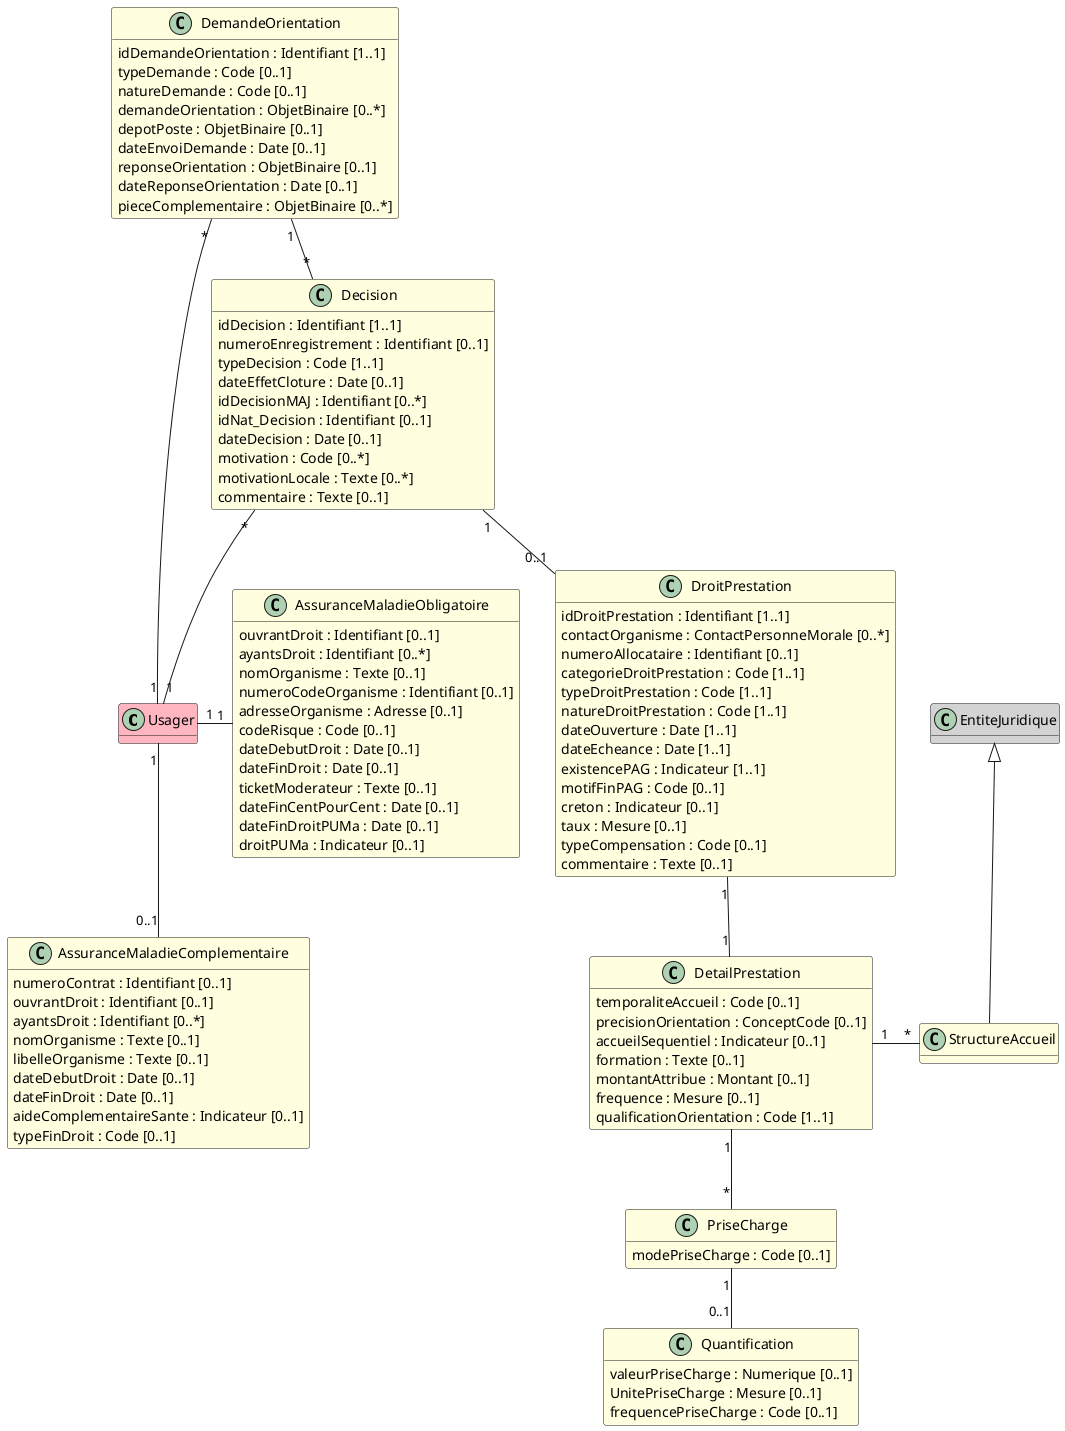
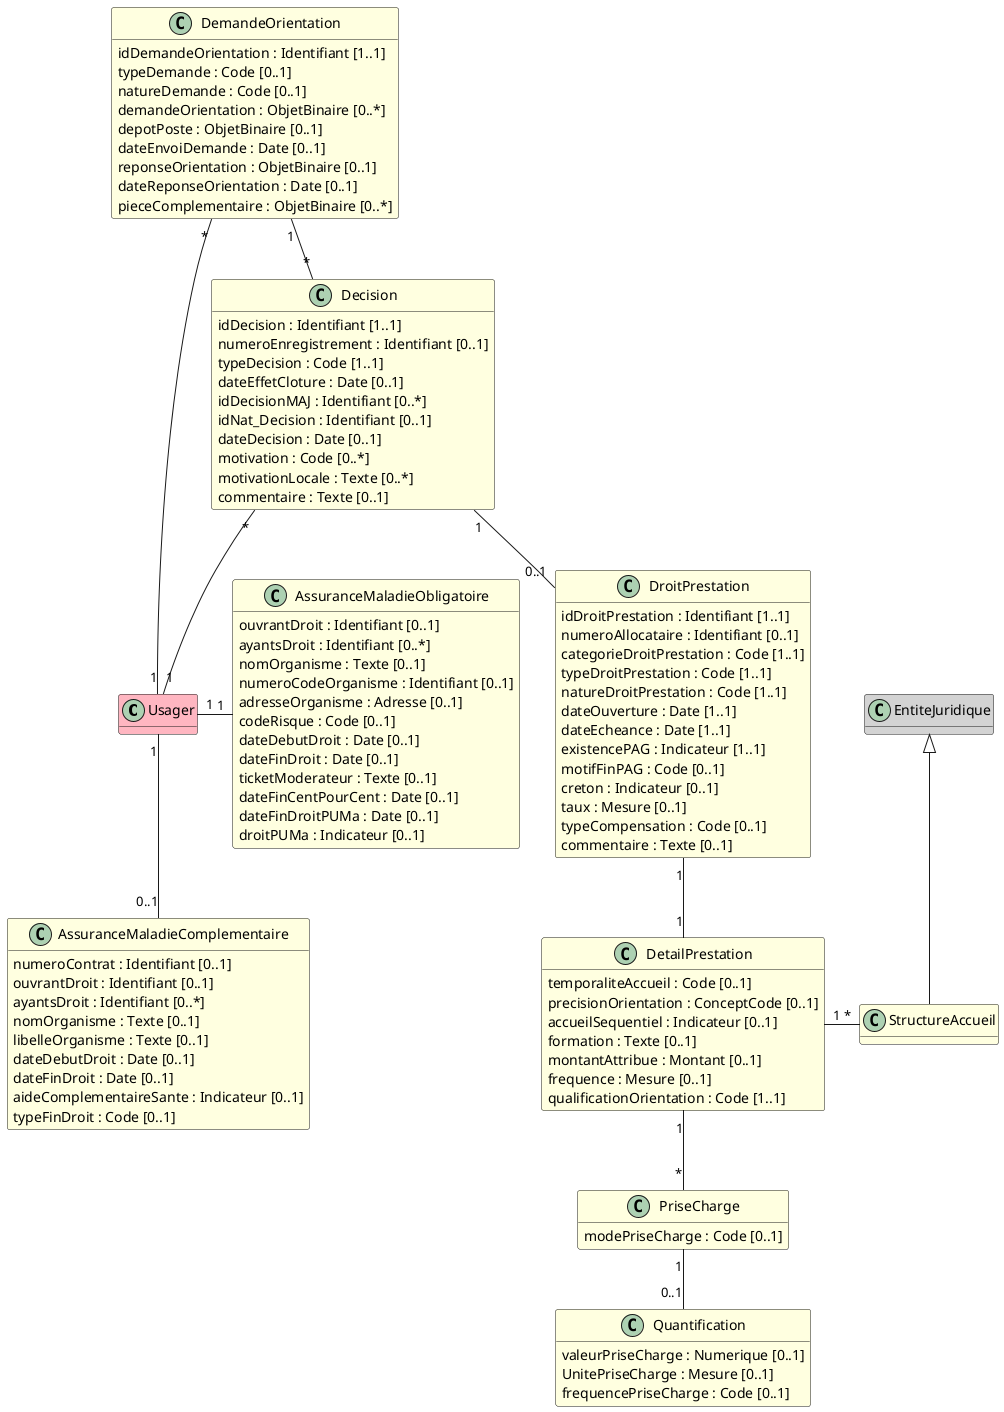
@startuml

hide empty methods

class Usager #LightPink

class EntiteJuridique #LightGray
class StructureAccueil #LightYellow

class AssuranceMaladieComplementaire #LightYellow {
    numeroContrat : Identifiant [0..1]
    ouvrantDroit : Identifiant [0..1]
    ayantsDroit : Identifiant [0..*]
    nomOrganisme : Texte [0..1]
    libelleOrganisme : Texte [0..1]
    dateDebutDroit : Date [0..1]
    dateFinDroit : Date [0..1]
    aideComplementaireSante : Indicateur [0..1]
    typeFinDroit : Code [0..1]

}

class AssuranceMaladieObligatoire #LightYellow {
    ouvrantDroit : Identifiant [0..1]
    ayantsDroit : Identifiant [0..*]
    nomOrganisme : Texte [0..1]
    numeroCodeOrganisme : Identifiant [0..1]
    adresseOrganisme : Adresse [0..1]
    codeRisque : Code [0..1]
    dateDebutDroit : Date [0..1]
    dateFinDroit : Date [0..1]
    ticketModerateur : Texte [0..1]
    dateFinCentPourCent : Date [0..1]
    dateFinDroitPUMa : Date [0..1]
    droitPUMa : Indicateur [0..1]
}

class DemandeOrientation #LightYellow {
    idDemandeOrientation : Identifiant [1..1]
    typeDemande : Code [0..1]
    natureDemande : Code [0..1]
    demandeOrientation : ObjetBinaire [0..*]
    depotPoste : ObjetBinaire [0..1]
    dateEnvoiDemande : Date [0..1]
    reponseOrientation : ObjetBinaire [0..1]
    dateReponseOrientation : Date [0..1]
    pieceComplementaire : ObjetBinaire [0..*]
}

class Decision #LightYellow {
    idDecision : Identifiant [1..1]
    numeroEnregistrement : Identifiant [0..1]
    typeDecision : Code [1..1]
    dateEffetCloture : Date [0..1]
    idDecisionMAJ : Identifiant [0..*]
    idNat_Decision : Identifiant [0..1]
    dateDecision : Date [0..1]
    motivation : Code [0..*]
    motivationLocale : Texte [0..*]
    commentaire : Texte [0..1]
}

class DroitPrestation #LightYellow {
    idDroitPrestation : Identifiant [1..1]
-     contactOrganisme : ContactPersonneMorale [0..*]
    numeroAllocataire : Identifiant [0..1]
    categorieDroitPrestation : Code [1..1]
    typeDroitPrestation : Code [1..1]
    natureDroitPrestation : Code [1..1]
    dateOuverture : Date [1..1]
    dateEcheance : Date [1..1]
    existencePAG : Indicateur [1..1]
    motifFinPAG : Code [0..1]
    creton : Indicateur [0..1]
    taux : Mesure [0..1]
    typeCompensation : Code [0..1]
    commentaire : Texte [0..1]
}

class DetailPrestation #LightYellow {
    temporaliteAccueil : Code [0..1]
    precisionOrientation : ConceptCode [0..1]
    accueilSequentiel : Indicateur [0..1]
    formation : Texte [0..1]
    montantAttribue : Montant [0..1]
    frequence : Mesure [0..1]
    qualificationOrientation : Code [1..1]
}

class PriseCharge #LightYellow {
    modePriseCharge : Code [0..1]
}

class Quantification #LightYellow {
    valeurPriseCharge : Numerique [0..1]
    UnitePriseCharge : Mesure [0..1]
    frequencePriseCharge : Code [0..1]
}

Decision "*" -- "1" Usager
DemandeOrientation "*" - "1" Usager

DemandeOrientation "1" -- "*" Decision

Decision "1" -- "0..1" DroitPrestation

DroitPrestation "1" -- "1" DetailPrestation
EntiteJuridique <|-- StructureAccueil
DetailPrestation "1" - "*" StructureAccueil
DetailPrestation "1" -- "*" PriseCharge
PriseCharge "1" -- "0..1" Quantification

Usager "1" -- "0..1"  AssuranceMaladieComplementaire
Usager "1" - "1" AssuranceMaladieObligatoire
@enduml